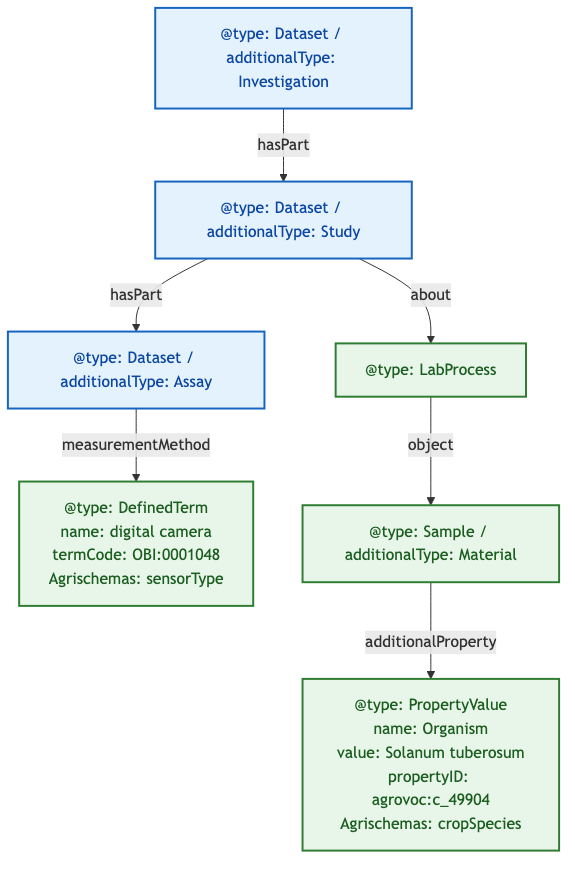
This is docs/slides/diagrams/slide3-drone.png from jorgitogb/fairweaver, a Mermaid export, as it was before one commit. Its source is kept beside it as docs/slides/diagrams/slide3-drone.mmd. Its diagram source:
```mermaid
flowchart TD
    I["@type: Dataset / additionalType: Investigation"]
    S["@type: Dataset / additionalType: Study"]
    A["@type: Dataset / additionalType: Assay"]
    I -->|"hasPart"| S
    S -->|"hasPart"| A

    A -->|"measurementMethod"| DT["@type: DefinedTerm<br/>name: digital camera<br/>termCode: OBI:0001048<br/>Agrischemas: sensorType"]

    S -->|"about"| LP["@type: LabProcess"]
    LP -->|"object"| SM["@type: Sample / additionalType: Material"]
    SM -->|"additionalProperty"| PV["@type: PropertyValue<br/>name: Organism<br/>value: Solanum tuberosum<br/>propertyID: agrovoc:c_49904<br/>Agrischemas: cropSpecies"]

    classDef isa fill:#e3f2fd,stroke:#1565c0,stroke-width:2px,color:#0d47a1
    classDef leaf fill:#e8f5e9,stroke:#2e7d32,stroke-width:2px,color:#1b5e20

    class I,S,A isa
    class DT,LP,SM,PV leaf
```
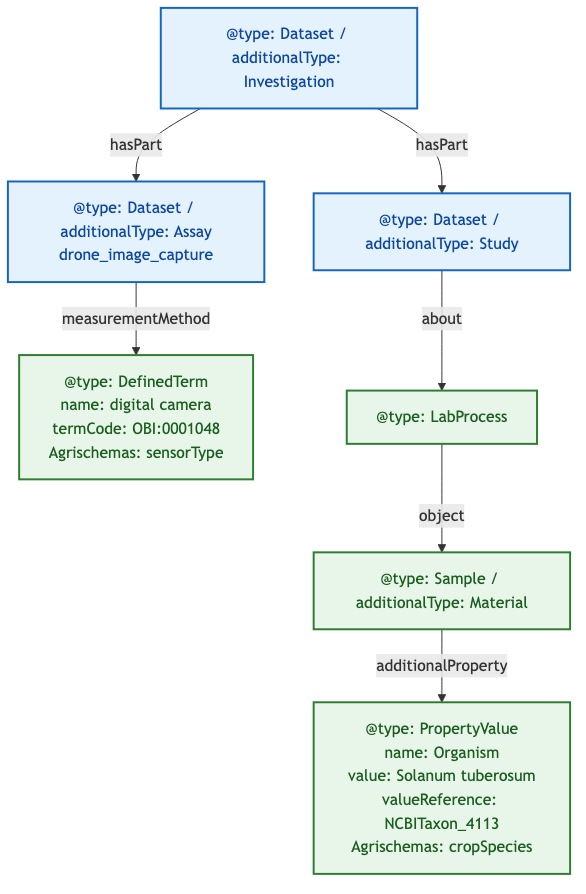
Later version of the same file.

The edit, as a diff of the source:
```diff
@@ -1,15 +1,15 @@
 flowchart TD
     I["@type: Dataset / additionalType: Investigation"]
     S["@type: Dataset / additionalType: Study"]
-    A["@type: Dataset / additionalType: Assay"]
+    A["@type: Dataset / additionalType: Assay<br/>drone_image_capture"]
     I -->|"hasPart"| S
-    S -->|"hasPart"| A
+    I -->|"hasPart"| A
 
     A -->|"measurementMethod"| DT["@type: DefinedTerm<br/>name: digital camera<br/>termCode: OBI:0001048<br/>Agrischemas: sensorType"]
 
     S -->|"about"| LP["@type: LabProcess"]
     LP -->|"object"| SM["@type: Sample / additionalType: Material"]
-    SM -->|"additionalProperty"| PV["@type: PropertyValue<br/>name: Organism<br/>value: Solanum tuberosum<br/>propertyID: agrovoc:c_49904<br/>Agrischemas: cropSpecies"]
+    SM -->|"additionalProperty"| PV["@type: PropertyValue<br/>name: Organism<br/>value: Solanum tuberosum<br/>valueReference: NCBITaxon_4113<br/>Agrischemas: cropSpecies"]
 
     classDef isa fill:#e3f2fd,stroke:#1565c0,stroke-width:2px,color:#0d47a1
     classDef leaf fill:#e8f5e9,stroke:#2e7d32,stroke-width:2px,color:#1b5e20
```
